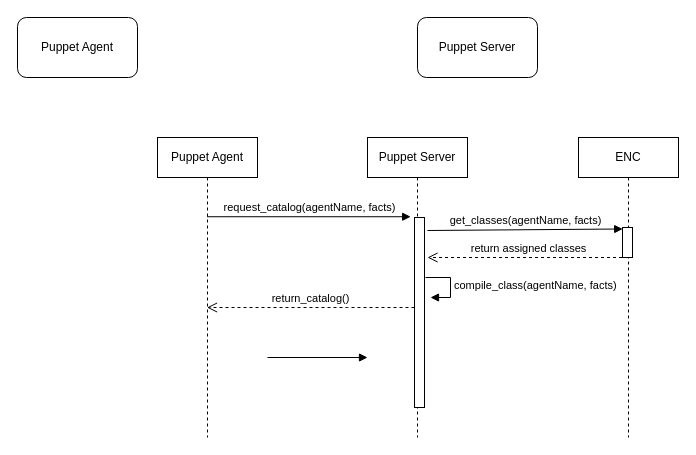
This is Puppet Sequence Diagram.drawio from pngfei/ops, a draw.io file, before an edit. Source tidied: cells renumbered, new cells numbered last; positions are measured from the earlier drawing's top-left corner, leaving out a move shared by most shapes. Both pictures are drawn from the tidied source at 100%, with x=0, y=0 at pixel (17, 17).
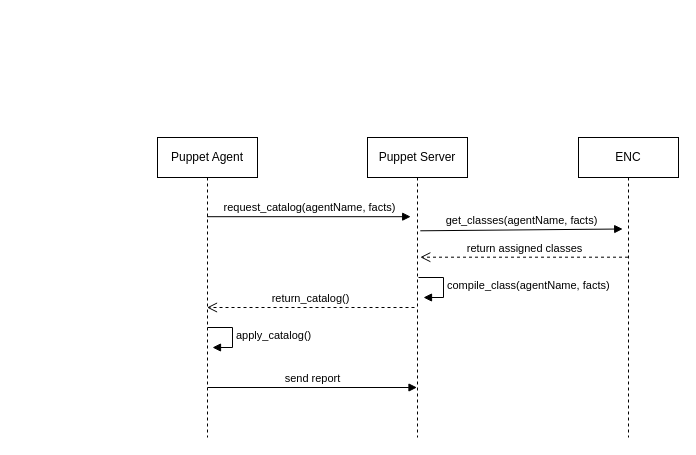
The same page after the edit.

The change refers to these unchanged cells:
```xml
<mxCell id="4" value="Puppet Agent" style="shape=umlLifeline;perimeter=lifelinePerimeter;whiteSpace=wrap;html=1;outlineConnect=0;" parent="1" vertex="1">
  <mxGeometry x="140" y="120" width="100" height="300" as="geometry" />
</mxCell>
<mxCell id="5" value="Puppet Server" style="shape=umlLifeline;perimeter=lifelinePerimeter;whiteSpace=wrap;html=1;outlineConnect=0;" parent="1" vertex="1">
  <mxGeometry x="350" y="120" width="100" height="300" as="geometry" />
</mxCell>
<mxCell id="9" value="ENC" style="shape=umlLifeline;perimeter=lifelinePerimeter;whiteSpace=wrap;html=1;outlineConnect=0;" parent="1" vertex="1">
  <mxGeometry x="561" y="120" width="100" height="300" as="geometry" />
</mxCell>
```

Diff of the diagram source:
```diff
@@
-    <mxCell id="2" value="Puppet Agent" style="rounded=1;whiteSpace=wrap;html=1;" parent="1" vertex="1">
-      <mxGeometry width="120" height="60" as="geometry" />
-    </mxCell>
-    <mxCell id="3" value="Puppet Server" style="rounded=1;whiteSpace=wrap;html=1;" parent="1" vertex="1">
-      <mxGeometry x="400" width="120" height="60" as="geometry" />
-    </mxCell>
@@
-    <mxCell id="6" style="html=1;points=[];perimeter=orthogonalPerimeter;" parent="5" vertex="1">
-      <mxGeometry x="47" y="80" width="10" height="190" as="geometry" />
-    </mxCell>
-    <mxCell id="7" value="get_classes(agentName, facts)" style="endArrow=block;endFill=1;endSize=6;html=1;verticalAlign=bottom;entryX=0.02;entryY=0.05;entryDx=0;entryDy=0;entryPerimeter=0;" parent="5" edge="1" target="10">
+    <mxCell id="7" value="get_classes(agentName, facts)" style="endArrow=block;endFill=1;endSize=6;html=1;verticalAlign=bottom;entryX=0.02;entryY=0.05;entryDx=0;entryDy=0;entryPerimeter=0;exitX=0.528;exitY=0.311;exitDx=0;exitDy=0;exitPerimeter=0;" parent="5" edge="1" source="5">
       <mxGeometry relative="1" as="geometry">
-        <mxPoint x="60" y="93" as="sourcePoint" />
+        <mxPoint x="255.2" y="91.5" as="targetPoint" />
       </mxGeometry>
     </mxCell>
-    <mxCell id="8" value="request_catalog(agentName, facts)" style="html=1;verticalAlign=bottom;endArrow=block;entryX=-0.38;entryY=-0.004;entryDx=0;entryDy=0;entryPerimeter=0;" parent="1" edge="1" source="4" target="6">
-      <mxGeometry relative="1" as="geometry" />
+    <mxCell id="8" value="request_catalog(agentName, facts)" style="html=1;verticalAlign=bottom;endArrow=block;entryX=-0.38;entryY=-0.004;entryDx=0;entryDy=0;entryPerimeter=0;" parent="1" edge="1" source="4">
+      <mxGeometry relative="1" as="geometry">
+        <mxPoint x="393.2" y="199.2" as="targetPoint" />
+      </mxGeometry>
     </mxCell>
@@
-    <mxCell id="10" style="html=1;points=[];perimeter=orthogonalPerimeter;" parent="9" vertex="1">
-      <mxGeometry x="44" y="90" width="10" height="30" as="geometry" />
-    </mxCell>
-    <mxCell id="11" style="endArrow=block;endFill=1;endSize=6;html=1;" parent="1" edge="1">
-      <mxGeometry relative="1" as="geometry">
-        <mxPoint x="250" y="340" as="sourcePoint" />
-        <mxPoint x="350" y="340" as="targetPoint" />
-      </mxGeometry>
-    </mxCell>
-    <mxCell id="12" value="return assigned classes" style="html=1;verticalAlign=bottom;endArrow=open;dashed=1;endSize=8;" parent="1" edge="1" source="9">
-      <mxGeometry relative="1" as="geometry">
-        <mxPoint x="410" y="240" as="targetPoint" />
-      </mxGeometry>
+    <mxCell id="12" value="return assigned classes" style="html=1;verticalAlign=bottom;endArrow=open;dashed=1;endSize=8;entryX=0.528;entryY=0.399;entryDx=0;entryDy=0;entryPerimeter=0;" parent="1" edge="1" source="9" target="5">
+      <mxGeometry relative="1" as="geometry" />
     </mxCell>
     <mxCell id="13" value="compile_class(agentName, facts)" style="edgeStyle=orthogonalEdgeStyle;html=1;align=left;spacingLeft=2;endArrow=block;rounded=0;entryX=1;entryY=0;" parent="1" edge="1">
       <mxGeometry relative="1" as="geometry">
-        <mxPoint x="408" y="260" as="sourcePoint" />
-        <mxPoint x="413" y="280" as="targetPoint" />
+        <mxPoint x="401" y="260" as="sourcePoint" />
+        <mxPoint x="406" y="280" as="targetPoint" />
         <Array as="points">
-          <mxPoint x="433" y="260" />
+          <mxPoint x="426" y="260" />
         </Array>
       </mxGeometry>
     </mxCell>
-    <mxCell id="14" value="return_catalog()" style="html=1;verticalAlign=bottom;endArrow=open;dashed=1;endSize=8;" parent="1" edge="1" source="6" target="4">
+    <mxCell id="14" value="return_catalog()" style="html=1;verticalAlign=bottom;endArrow=open;dashed=1;endSize=8;" parent="1" edge="1" target="4">
       <mxGeometry relative="1" as="geometry">
+        <mxPoint x="397" y="290" as="sourcePoint" />
         <Array as="points">
           <mxPoint x="340" y="290" />
         </Array>
       </mxGeometry>
     </mxCell>
+    <mxCell id="15" value="apply_catalog()" style="edgeStyle=orthogonalEdgeStyle;html=1;align=left;spacingLeft=2;endArrow=block;rounded=0;entryX=1;entryY=0;" parent="1" edge="1">
+      <mxGeometry relative="1" as="geometry">
+        <mxPoint x="190" y="310" as="sourcePoint" />
+        <mxPoint x="195" y="330" as="targetPoint" />
+        <Array as="points">
+          <mxPoint x="215" y="310" />
+        </Array>
+      </mxGeometry>
+    </mxCell>
+    <mxCell id="16" value="send report" style="endArrow=block;endFill=1;endSize=6;html=1;verticalAlign=bottom;" parent="1" edge="1" target="5">
+      <mxGeometry relative="1" as="geometry">
+        <mxPoint x="190" y="370" as="sourcePoint" />
+      </mxGeometry>
+    </mxCell>
```
